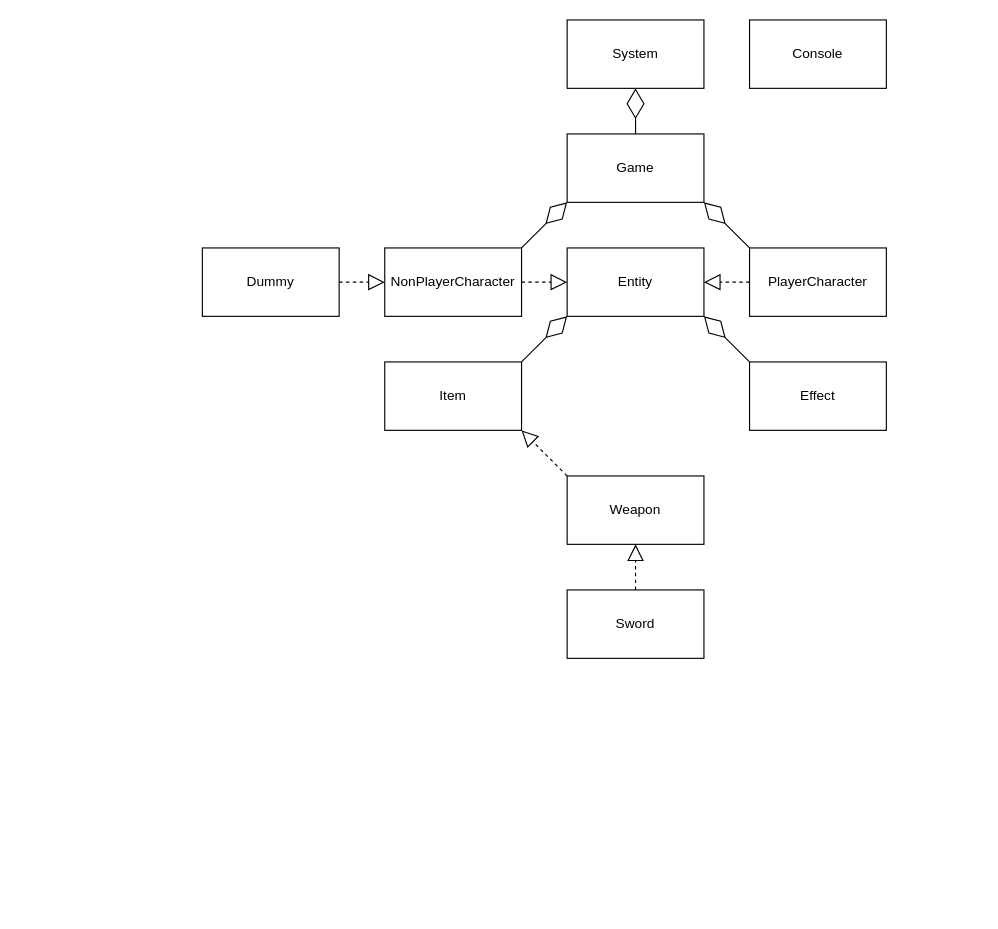
Josiah-Potthast/SimpleAdventure keeps this draw.io diagram as SimpleAdventureDesign.drawio. Above is the earlier version. Source tidied: cells renumbered, new cells numbered last; positions are measured from the earlier drawing's top-left corner, leaving out a move shared by most shapes. Both pictures are drawn from the tidied source at 114%, with x=0, y=0 at pixel (202, 19).
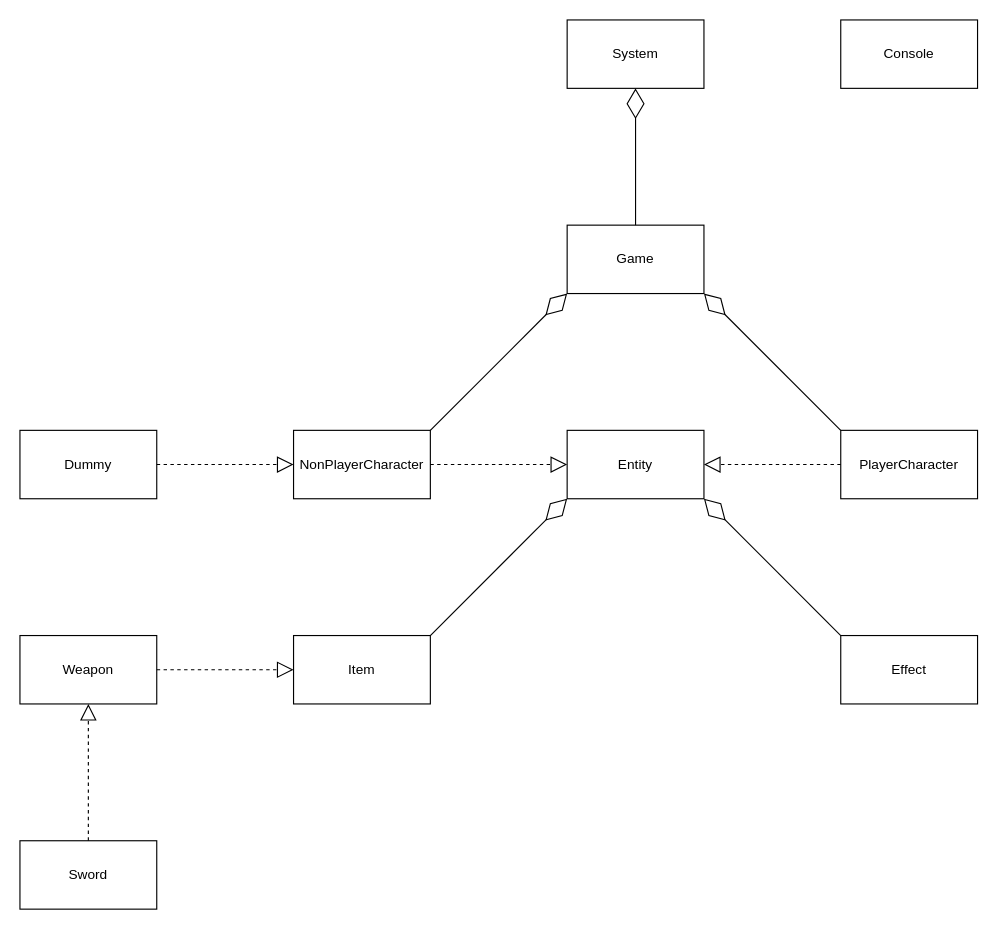
Above is the later version.

What changed in the source:
```diff
@@
     <mxCell id="3" value="Console" style="rounded=0;whiteSpace=wrap;html=1;" parent="1" vertex="1">
-      <mxGeometry x="480" width="120" height="60" as="geometry" />
+      <mxGeometry x="560" width="120" height="60" as="geometry" />
     </mxCell>
     <mxCell id="4" value="Game" style="rounded=0;whiteSpace=wrap;html=1;" parent="1" vertex="1">
-      <mxGeometry x="320" y="100" width="120" height="60" as="geometry" />
+      <mxGeometry x="320" y="180" width="120" height="60" as="geometry" />
     </mxCell>
@@
     <mxCell id="6" value="Entity" style="rounded=0;whiteSpace=wrap;html=1;" parent="1" vertex="1">
-      <mxGeometry x="320" y="200" width="120" height="60" as="geometry" />
+      <mxGeometry x="320" y="360" width="120" height="60" as="geometry" />
     </mxCell>
     <mxCell id="7" value="PlayerCharacter" style="rounded=0;whiteSpace=wrap;html=1;" parent="1" vertex="1">
-      <mxGeometry x="480" y="200" width="120" height="60" as="geometry" />
+      <mxGeometry x="560" y="360" width="120" height="60" as="geometry" />
     </mxCell>
@@
     <mxCell id="9" value="NonPlayerCharacter" style="rounded=0;whiteSpace=wrap;html=1;" parent="1" vertex="1">
-      <mxGeometry x="160" y="200" width="120" height="60" as="geometry" />
+      <mxGeometry x="80" y="360" width="120" height="60" as="geometry" />
     </mxCell>
@@
     <mxCell id="13" value="Effect" style="rounded=0;whiteSpace=wrap;html=1;" parent="1" vertex="1">
-      <mxGeometry x="480" y="300" width="120" height="60" as="geometry" />
+      <mxGeometry x="560" y="540" width="120" height="60" as="geometry" />
     </mxCell>
     <mxCell id="14" value="Item" style="rounded=0;whiteSpace=wrap;html=1;" parent="1" vertex="1">
-      <mxGeometry x="160" y="300" width="120" height="60" as="geometry" />
+      <mxGeometry x="80" y="540" width="120" height="60" as="geometry" />
     </mxCell>
     <mxCell id="15" value="Weapon" style="rounded=0;whiteSpace=wrap;html=1;" parent="1" vertex="1">
-      <mxGeometry x="320" y="400" width="120" height="60" as="geometry" />
+      <mxGeometry x="-160" y="540" width="120" height="60" as="geometry" />
     </mxCell>
     <mxCell id="16" value="Sword" style="rounded=0;whiteSpace=wrap;html=1;" parent="1" vertex="1">
-      <mxGeometry x="320" y="500" width="120" height="60" as="geometry" />
+      <mxGeometry x="-160" y="720" width="120" height="60" as="geometry" />
     </mxCell>
     <mxCell id="17" value="Dummy" style="rounded=0;whiteSpace=wrap;html=1;" parent="1" vertex="1">
-      <mxGeometry y="200" width="120" height="60" as="geometry" />
+      <mxGeometry x="-160" y="360" width="120" height="60" as="geometry" />
     </mxCell>
@@
-    <mxCell id="20" style="endArrow=block;dashed=1;endFill=0;endSize=12;html=1;rounded=0;exitX=0;exitY=0;exitDx=0;exitDy=0;entryX=1;entryY=1;entryDx=0;entryDy=0;" parent="1" edge="1" source="15" target="14">
+    <mxCell id="20" style="endArrow=block;dashed=1;endFill=0;endSize=12;html=1;rounded=0;exitX=1;exitY=0.5;exitDx=0;exitDy=0;entryX=0;entryY=0.5;entryDx=0;entryDy=0;" parent="1" edge="1" source="15" target="14">
       <mxGeometry relative="1" as="geometry" />
     </mxCell>
+    <mxCell id="22" style="endArrow=block;dashed=1;endFill=0;endSize=12;html=1;rounded=0;exitX=1;exitY=0.5;exitDx=0;exitDy=0;entryX=0;entryY=0.5;entryDx=0;entryDy=0;" parent="1" edge="1" source="17" target="9">
+      <mxGeometry relative="1" as="geometry" />
+    </mxCell>
-    <mxCell id="21" style="endArrow=block;dashed=1;endFill=0;endSize=12;html=1;rounded=0;exitX=0.5;exitY=0;exitDx=0;exitDy=0;entryX=0.5;entryY=1;entryDx=0;entryDy=0;" parent="1" edge="1" source="16" target="15">
+    <mxCell id="21" style="endArrow=block;dashed=1;endFill=0;endSize=12;html=1;rounded=0;entryX=0.5;entryY=1;entryDx=0;entryDy=0;exitX=0.5;exitY=0;exitDx=0;exitDy=0;" parent="1" edge="1" source="16" target="15">
       <mxGeometry relative="1" as="geometry" />
     </mxCell>
-    <mxCell id="22" style="endArrow=block;dashed=1;endFill=0;endSize=12;html=1;rounded=0;exitX=1;exitY=0.5;exitDx=0;exitDy=0;entryX=0;entryY=0.5;entryDx=0;entryDy=0;" parent="1" edge="1" source="17" target="9">
-      <mxGeometry relative="1" as="geometry" />
-    </mxCell>
```
